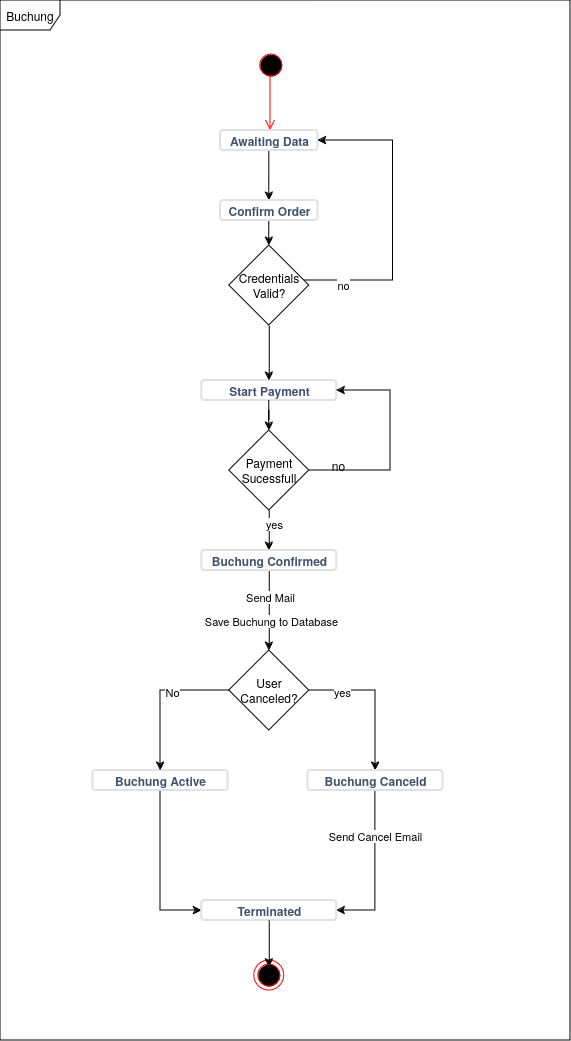
MassimiIiano/software-eng-projects-uni keeps this draw.io diagram as sw-eng-08.drawio.png. Above is the earlier version. Source tidied: cells renumbered, new cells last; positions are measured from the earlier drawing's top-left corner, leaving out a move shared by most shapes.
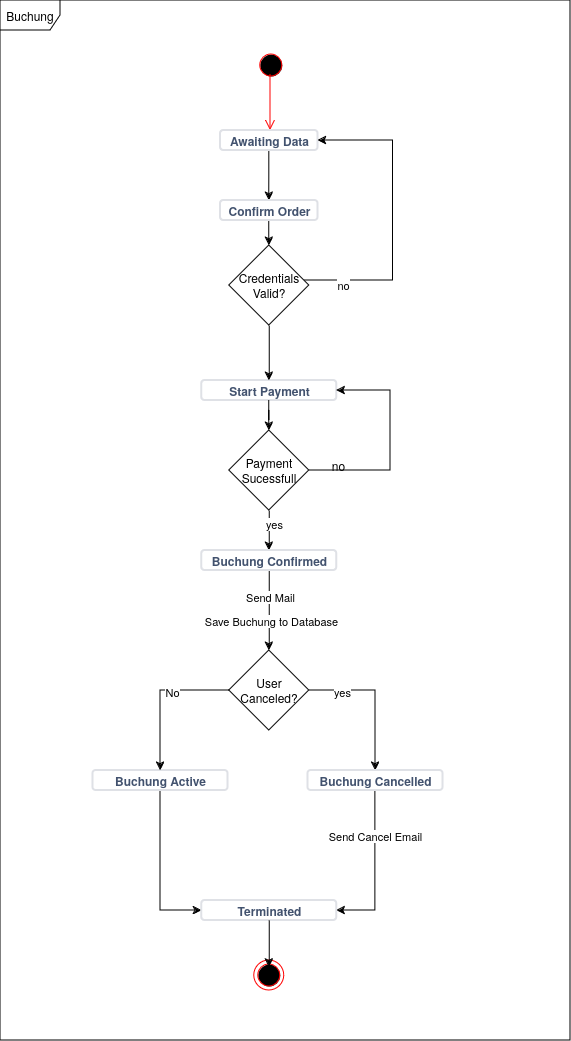
After the change.

Change to the diagram source:
```diff
@@ -60,7 +60,7 @@
     <mxCell id="19" value="Send Cancel Email" style="edgeLabel;html=1;align=center;verticalAlign=middle;" parent="18" vertex="1">
       <mxGeometry x="-0.43" y="-1" relative="1" as="geometry" />
     </mxCell>
-    <mxCell id="20" value="Buchung Canceld" style="dashed=0;html=1;rounded=1;strokeColor=#DFE1E6;fontSize=12;align=center;fontStyle=1;strokeWidth=2;fontColor=#42526E;" parent="1" vertex="1">
+    <mxCell id="20" value="Buchung Cancelled" style="dashed=0;html=1;rounded=1;strokeColor=#DFE1E6;fontSize=12;align=center;fontStyle=1;strokeWidth=2;fontColor=#42526E;" parent="1" vertex="1">
       <mxGeometry x="307.5" y="770" width="135" height="20" as="geometry" />
     </mxCell>
     <mxCell id="21" value="Terminated" style="dashed=0;html=1;rounded=1;strokeColor=#DFE1E6;fontSize=12;align=center;fontStyle=1;strokeWidth=2;fontColor=#42526E;" parent="1" vertex="1">
```
